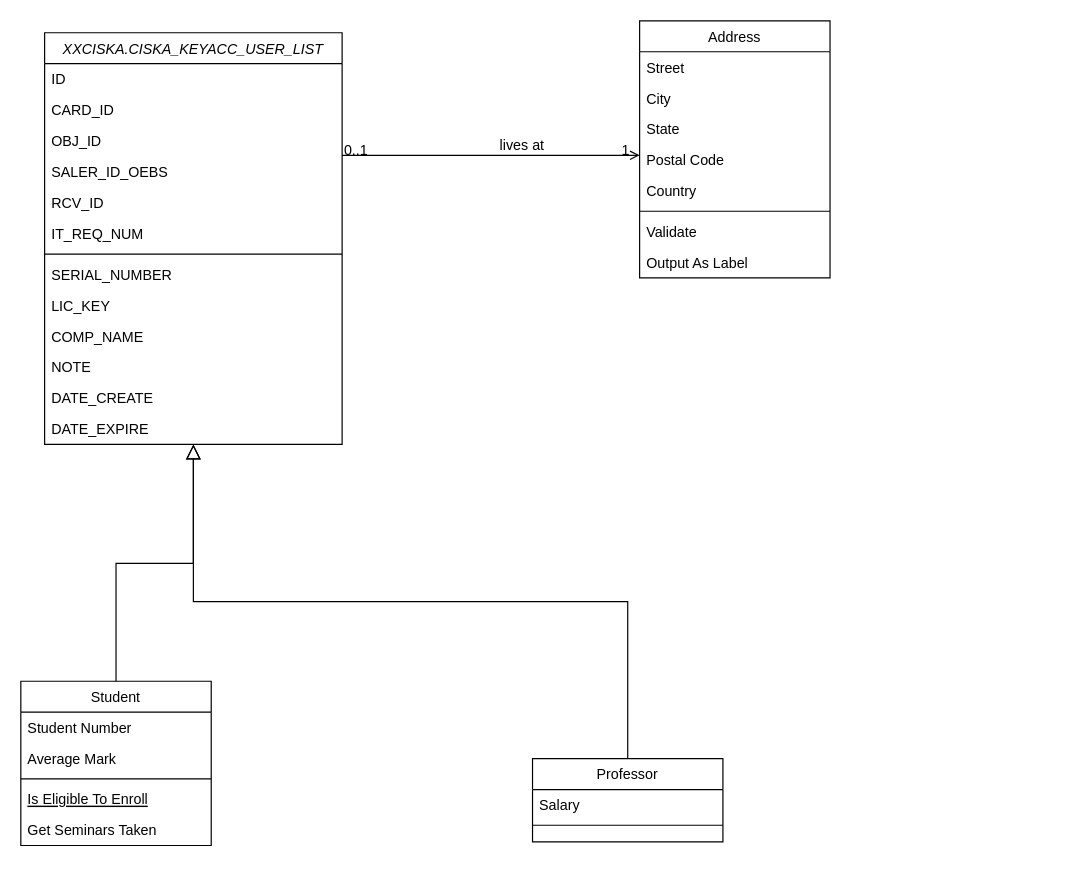
This is Ciska/Учет ЭЦП/Untitled Diagram.drawio from svoyakovav/diagrams, a draw.io file, before an edit. Source tidied: cells renumbered, new cells numbered last; positions are measured from the earlier drawing's top-left corner, leaving out a move shared by most shapes. Both pictures are drawn from the tidied source at 119%, with x=0, y=0 at pixel (20, 20).
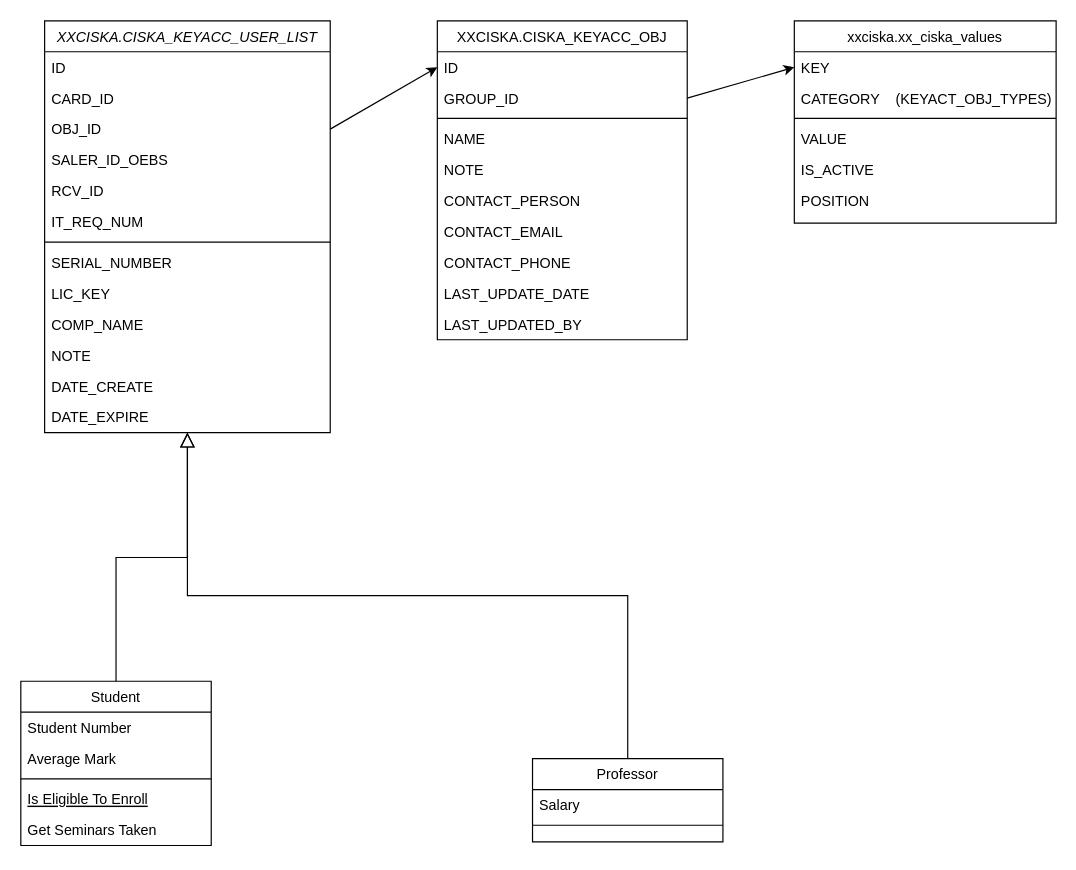
The same diagram, later.

Change to the diagram source:
```diff
@@
     <mxCell id="2" value="XXCISKA.CISKA_KEYACC_USER_LIST" style="swimlane;fontStyle=2;align=center;verticalAlign=top;horizontal=1;startSize=26;rounded=0;shadow=0;strokeWidth=1;" parent="1" vertex="1">
-      <mxGeometry x="20" y="10" width="250" height="346" as="geometry" />
+      <mxGeometry x="20" width="240" height="346" as="geometry" />
     </mxCell>
     <mxCell id="3" value="ID" style="text;align=left;verticalAlign=top;spacingLeft=4;spacingRight=4;overflow=hidden;" parent="2" vertex="1">
-      <mxGeometry y="26" width="250" height="26" as="geometry" />
+      <mxGeometry y="26" width="240" height="26" as="geometry" />
     </mxCell>
     <mxCell id="4" value="CARD_ID" style="text;align=left;verticalAlign=top;spacingLeft=4;spacingRight=4;overflow=hidden;rounded=0;shadow=0;html=0;" parent="2" vertex="1">
-      <mxGeometry y="52" width="250" height="26" as="geometry" />
+      <mxGeometry y="52" width="240" height="26" as="geometry" />
     </mxCell>
     <mxCell id="5" value="OBJ_ID" style="text;align=left;verticalAlign=top;spacingLeft=4;spacingRight=4;overflow=hidden;points=[[0,0.5],[1,0.5]];portConstraint=eastwest;" parent="2" vertex="1">
-      <mxGeometry y="78" width="250" height="26" as="geometry" />
+      <mxGeometry y="78" width="240" height="26" as="geometry" />
     </mxCell>
     <mxCell id="6" value="SALER_ID_OEBS" style="text;align=left;verticalAlign=top;spacingLeft=4;spacingRight=4;overflow=hidden;rounded=0;shadow=0;html=0;" parent="2" vertex="1">
-      <mxGeometry y="104" width="250" height="26" as="geometry" />
+      <mxGeometry y="104" width="240" height="26" as="geometry" />
     </mxCell>
     <mxCell id="7" value="RCV_ID" style="text;align=left;verticalAlign=top;spacingLeft=4;spacingRight=4;overflow=hidden;rounded=0;shadow=0;html=0;" parent="2" vertex="1">
-      <mxGeometry y="130" width="250" height="26" as="geometry" />
+      <mxGeometry y="130" width="240" height="26" as="geometry" />
     </mxCell>
     <mxCell id="8" value="IT_REQ_NUM" style="text;align=left;verticalAlign=top;spacingLeft=4;spacingRight=4;overflow=hidden;rounded=0;shadow=0;html=0;" parent="2" vertex="1">
-      <mxGeometry y="156" width="250" height="26" as="geometry" />
+      <mxGeometry y="156" width="240" height="26" as="geometry" />
     </mxCell>
     <mxCell id="9" style="line;html=1;strokeWidth=1;align=left;verticalAlign=middle;spacingTop=-1;spacingLeft=3;spacingRight=3;labelPosition=right;" parent="2" vertex="1">
-      <mxGeometry y="182" width="250" height="8" as="geometry" />
+      <mxGeometry y="182" width="240" height="8" as="geometry" />
     </mxCell>
     <mxCell id="10" value="SERIAL_NUMBER" style="text;align=left;verticalAlign=top;spacingLeft=4;spacingRight=4;overflow=hidden;" parent="2" vertex="1">
-      <mxGeometry y="190" width="250" height="26" as="geometry" />
+      <mxGeometry y="190" width="240" height="26" as="geometry" />
     </mxCell>
     <mxCell id="11" value="LIC_KEY" style="text;align=left;verticalAlign=top;spacingLeft=4;spacingRight=4;overflow=hidden;" parent="2" vertex="1">
-      <mxGeometry y="216" width="250" height="26" as="geometry" />
+      <mxGeometry y="216" width="240" height="26" as="geometry" />
     </mxCell>
     <mxCell id="12" value="COMP_NAME" style="text;align=left;verticalAlign=top;spacingLeft=4;spacingRight=4;overflow=hidden;rounded=0;shadow=0;html=0;" parent="2" vertex="1">
-      <mxGeometry y="242" width="250" height="26" as="geometry" />
+      <mxGeometry y="242" width="240" height="26" as="geometry" />
     </mxCell>
     <mxCell id="13" value="NOTE" style="text;align=left;verticalAlign=top;spacingLeft=4;spacingRight=4;overflow=hidden;rounded=0;shadow=0;html=0;" parent="2" vertex="1">
-      <mxGeometry y="268" width="250" height="26" as="geometry" />
+      <mxGeometry y="268" width="240" height="26" as="geometry" />
     </mxCell>
     <mxCell id="14" value="DATE_CREATE" style="text;align=left;verticalAlign=top;spacingLeft=4;spacingRight=4;overflow=hidden;rounded=0;shadow=0;html=0;" parent="2" vertex="1">
-      <mxGeometry y="294" width="250" height="26" as="geometry" />
+      <mxGeometry y="294" width="240" height="26" as="geometry" />
     </mxCell>
     <mxCell id="15" value="DATE_EXPIRE" style="text;align=left;verticalAlign=top;spacingLeft=4;spacingRight=4;overflow=hidden;rounded=0;shadow=0;html=0;" parent="2" vertex="1">
-      <mxGeometry y="320" width="250" height="26" as="geometry" />
+      <mxGeometry y="320" width="240" height="26" as="geometry" />
     </mxCell>
@@
-    <mxCell id="27" value="Address" style="swimlane;fontStyle=0;align=center;verticalAlign=top;horizontal=1;startSize=26;rounded=0;shadow=0;strokeWidth=1;" parent="1" vertex="1">
-      <mxGeometry x="520" width="160" height="216" as="geometry" />
+    <mxCell id="27" value="XXCISKA.CISKA_KEYACC_OBJ" style="swimlane;fontStyle=0;align=center;verticalAlign=top;horizontal=1;startSize=26;rounded=0;shadow=0;strokeWidth=1;" parent="1" vertex="1">
+      <mxGeometry x="350" width="210" height="268" as="geometry" />
     </mxCell>
-    <mxCell id="28" value="Street" style="text;align=left;verticalAlign=top;spacingLeft=4;spacingRight=4;overflow=hidden;points=[[0,0.5],[1,0.5]];portConstraint=eastwest;" parent="27" vertex="1">
-      <mxGeometry y="26" width="160" height="26" as="geometry" />
+    <mxCell id="28" value="ID" style="text;align=left;verticalAlign=top;spacingLeft=4;spacingRight=4;overflow=hidden;points=[[0,0.5],[1,0.5]];portConstraint=eastwest;" parent="27" vertex="1">
+      <mxGeometry y="26" width="210" height="26" as="geometry" />
     </mxCell>
-    <mxCell id="29" value="City" style="text;align=left;verticalAlign=top;spacingLeft=4;spacingRight=4;overflow=hidden;points=[[0,0.5],[1,0.5]];portConstraint=eastwest;rounded=0;shadow=0;html=0;" parent="27" vertex="1">
-      <mxGeometry y="52" width="160" height="26" as="geometry" />
+    <mxCell id="29" value="GROUP_ID" style="text;align=left;verticalAlign=top;spacingLeft=4;spacingRight=4;overflow=hidden;points=[[0,0.5],[1,0.5]];portConstraint=eastwest;rounded=0;shadow=0;html=0;" parent="27" vertex="1">
+      <mxGeometry y="52" width="210" height="26" as="geometry" />
     </mxCell>
+    <mxCell id="33" style="line;html=1;strokeWidth=1;align=left;verticalAlign=middle;spacingTop=-1;spacingLeft=3;spacingRight=3;labelPosition=right;" parent="27" vertex="1">
+      <mxGeometry y="78" width="210" height="8" as="geometry" />
+    </mxCell>
+    <mxCell id="34" value="NAME" style="text;align=left;verticalAlign=top;spacingLeft=4;spacingRight=4;overflow=hidden;" parent="27" vertex="1">
+      <mxGeometry y="86" width="210" height="26" as="geometry" />
+    </mxCell>
+    <mxCell id="35" value="NOTE" style="text;align=left;verticalAlign=top;spacingLeft=4;spacingRight=4;overflow=hidden;" parent="27" vertex="1">
+      <mxGeometry y="112" width="210" height="26" as="geometry" />
+    </mxCell>
-    <mxCell id="30" value="State" style="text;align=left;verticalAlign=top;spacingLeft=4;spacingRight=4;overflow=hidden;rounded=0;shadow=0;html=0;" parent="27" vertex="1">
-      <mxGeometry y="78" width="160" height="26" as="geometry" />
+    <mxCell id="30" value="CONTACT_PERSON" style="text;align=left;verticalAlign=top;spacingLeft=4;spacingRight=4;overflow=hidden;rounded=0;shadow=0;html=0;" parent="27" vertex="1">
+      <mxGeometry y="138" width="210" height="26" as="geometry" />
     </mxCell>
-    <mxCell id="31" value="Postal Code" style="text;align=left;verticalAlign=top;spacingLeft=4;spacingRight=4;overflow=hidden;rounded=0;shadow=0;html=0;" parent="27" vertex="1">
-      <mxGeometry y="104" width="160" height="26" as="geometry" />
+    <mxCell id="31" value="CONTACT_EMAIL" style="text;align=left;verticalAlign=top;spacingLeft=4;spacingRight=4;overflow=hidden;rounded=0;shadow=0;html=0;" parent="27" vertex="1">
+      <mxGeometry y="164" width="210" height="26" as="geometry" />
     </mxCell>
-    <mxCell id="32" value="Country" style="text;align=left;verticalAlign=top;spacingLeft=4;spacingRight=4;overflow=hidden;rounded=0;shadow=0;html=0;" parent="27" vertex="1">
-      <mxGeometry y="130" width="160" height="26" as="geometry" />
+    <mxCell id="32" value="CONTACT_PHONE" style="text;align=left;verticalAlign=top;spacingLeft=4;spacingRight=4;overflow=hidden;rounded=0;shadow=0;html=0;" parent="27" vertex="1">
+      <mxGeometry y="190" width="210" height="26" as="geometry" />
     </mxCell>
-    <mxCell id="33" style="line;html=1;strokeWidth=1;align=left;verticalAlign=middle;spacingTop=-1;spacingLeft=3;spacingRight=3;labelPosition=right;" parent="27" vertex="1">
-      <mxGeometry y="156" width="160" height="8" as="geometry" />
-    </mxCell>
-    <mxCell id="34" value="Validate" style="text;align=left;verticalAlign=top;spacingLeft=4;spacingRight=4;overflow=hidden;" parent="27" vertex="1">
-      <mxGeometry y="164" width="160" height="26" as="geometry" />
-    </mxCell>
-    <mxCell id="35" value="Output As Label" style="text;align=left;verticalAlign=top;spacingLeft=4;spacingRight=4;overflow=hidden;" parent="27" vertex="1">
-      <mxGeometry y="190" width="160" height="26" as="geometry" />
-    </mxCell>
-    <mxCell id="36" style="endArrow=open;shadow=0;strokeWidth=1;rounded=0;endFill=1;edgeStyle=elbowEdgeStyle;elbow=vertical;" parent="1" edge="1" source="2" target="27">
-      <mxGeometry x="0.5" y="41" relative="1" as="geometry">
-        <mxPoint x="-40" y="32" as="offset" />
-      </mxGeometry>
-    </mxCell>
-    <mxCell id="37" value="0..1" style="align=left;verticalAlign=bottom;labelBackgroundColor=none;fontSize=12;" parent="36" vertex="1">
-      <mxGeometry x="-1" relative="1" as="geometry">
-        <mxPoint y="4" as="offset" />
-      </mxGeometry>
-    </mxCell>
-    <mxCell id="38" value="1" style="align=right;verticalAlign=bottom;labelBackgroundColor=none;fontSize=12;" parent="36" vertex="1">
-      <mxGeometry x="1" relative="1" as="geometry">
-        <mxPoint x="-7" y="4" as="offset" />
-      </mxGeometry>
-    </mxCell>
-    <mxCell id="39" value="lives at" style="text;html=1;align=center;verticalAlign=middle;labelBackgroundColor=none;rounded=0;shadow=0;strokeWidth=1;fontSize=12;" parent="36" vertex="1">
-      <mxGeometry x="0.5" y="49" relative="1" as="geometry">
-        <mxPoint x="-38" y="40" as="offset" />
-      </mxGeometry>
-    </mxCell>
+    <mxCell id="40" value="LAST_UPDATE_DATE" style="text;align=left;verticalAlign=top;spacingLeft=4;spacingRight=4;overflow=hidden;rounded=0;shadow=0;html=0;" parent="27" vertex="1">
+      <mxGeometry y="216" width="210" height="26" as="geometry" />
+    </mxCell>
+    <mxCell id="41" value="LAST_UPDATED_BY" style="text;align=left;verticalAlign=top;spacingLeft=4;spacingRight=4;overflow=hidden;rounded=0;shadow=0;html=0;" parent="27" vertex="1">
+      <mxGeometry y="242" width="210" height="26" as="geometry" />
+    </mxCell>
+    <mxCell id="42" style="endArrow=classic;html=1;rounded=0;exitX=1;exitY=0.5;exitDx=0;exitDy=0;entryX=0;entryY=0.5;entryDx=0;entryDy=0;" parent="1" edge="1" source="5" target="28">
+      <mxGeometry relative="1" as="geometry" />
+    </mxCell>
+    <mxCell id="43" value="xxciska.xx_ciska_values" style="swimlane;fontStyle=0;align=center;verticalAlign=top;horizontal=1;startSize=26;rounded=0;shadow=0;strokeWidth=1;" parent="1" vertex="1">
+      <mxGeometry x="650" width="220" height="170" as="geometry" />
+    </mxCell>
+    <mxCell id="44" value="KEY" style="text;align=left;verticalAlign=top;spacingLeft=4;spacingRight=4;overflow=hidden;points=[[0,0.5],[1,0.5]];portConstraint=eastwest;" parent="43" vertex="1">
+      <mxGeometry y="26" width="220" height="26" as="geometry" />
+    </mxCell>
+    <mxCell id="45" value="CATEGORY    (KEYACT_OBJ_TYPES)" style="text;align=left;verticalAlign=top;spacingLeft=4;spacingRight=4;overflow=hidden;rounded=0;shadow=0;html=0;" parent="43" vertex="1">
+      <mxGeometry y="52" width="220" height="26" as="geometry" />
+    </mxCell>
+    <mxCell id="46" style="line;html=1;strokeWidth=1;align=left;verticalAlign=middle;spacingTop=-1;spacingLeft=3;spacingRight=3;labelPosition=right;" parent="43" vertex="1">
+      <mxGeometry y="78" width="220" height="8" as="geometry" />
+    </mxCell>
+    <mxCell id="47" value="VALUE" style="text;align=left;verticalAlign=top;spacingLeft=4;spacingRight=4;overflow=hidden;" parent="43" vertex="1">
+      <mxGeometry y="86" width="220" height="26" as="geometry" />
+    </mxCell>
+    <mxCell id="48" value="IS_ACTIVE" style="text;align=left;verticalAlign=top;spacingLeft=4;spacingRight=4;overflow=hidden;" parent="43" vertex="1">
+      <mxGeometry y="112" width="220" height="26" as="geometry" />
+    </mxCell>
+    <mxCell id="49" value="POSITION" style="text;align=left;verticalAlign=top;spacingLeft=4;spacingRight=4;overflow=hidden;rounded=0;shadow=0;html=0;" parent="43" vertex="1">
+      <mxGeometry y="138" width="220" height="26" as="geometry" />
+    </mxCell>
+    <mxCell id="50" style="endArrow=classic;html=1;rounded=0;exitX=1;exitY=0.5;exitDx=0;exitDy=0;entryX=0;entryY=0.5;entryDx=0;entryDy=0;" parent="1" edge="1" source="29" target="44">
+      <mxGeometry relative="1" as="geometry" />
+    </mxCell>
```
